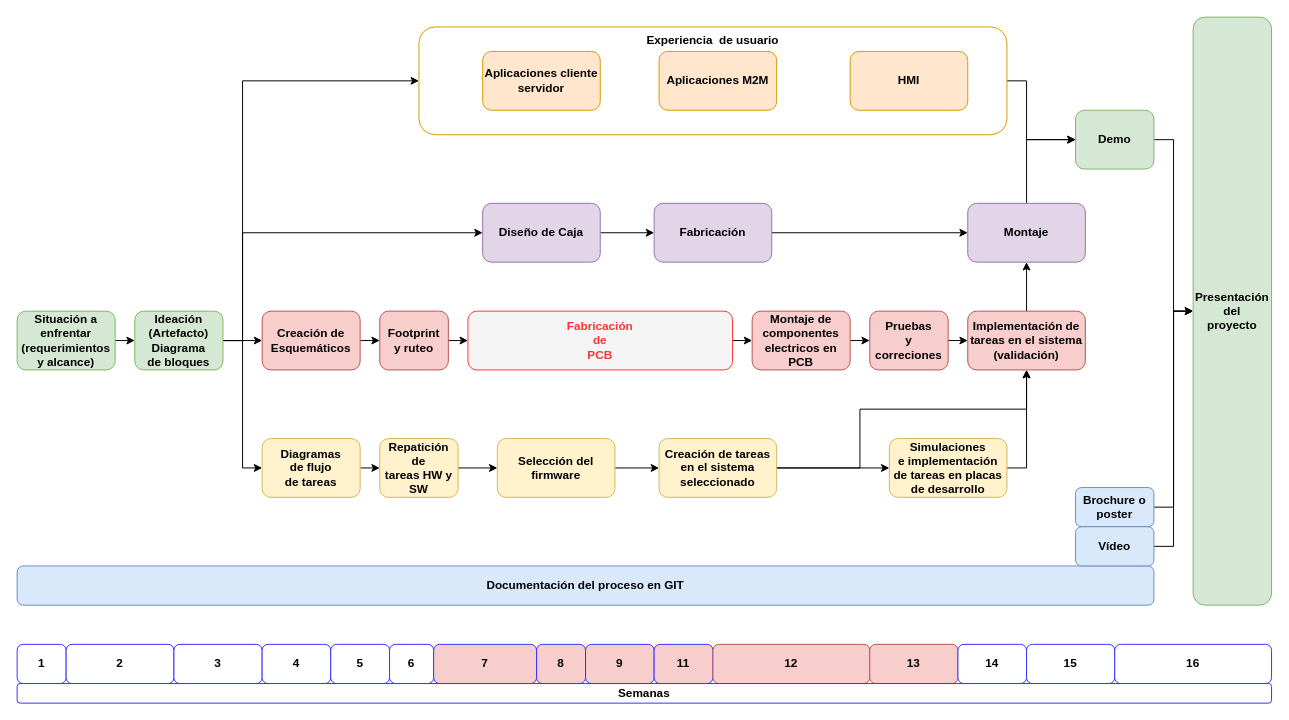
johnnycubides/taller-ing-electronical-UNAL keeps this draw.io diagram as page "overview" (1 of 2) of img/main/cronograma.drawio. Above is the earlier version. Source tidied: cells renumbered, new cells numbered last; positions are measured from the earlier drawing's top-left corner, leaving out a move shared by most shapes. Both pictures are drawn from the tidied source at 98%, with x=0, y=0 at pixel (17, 17).
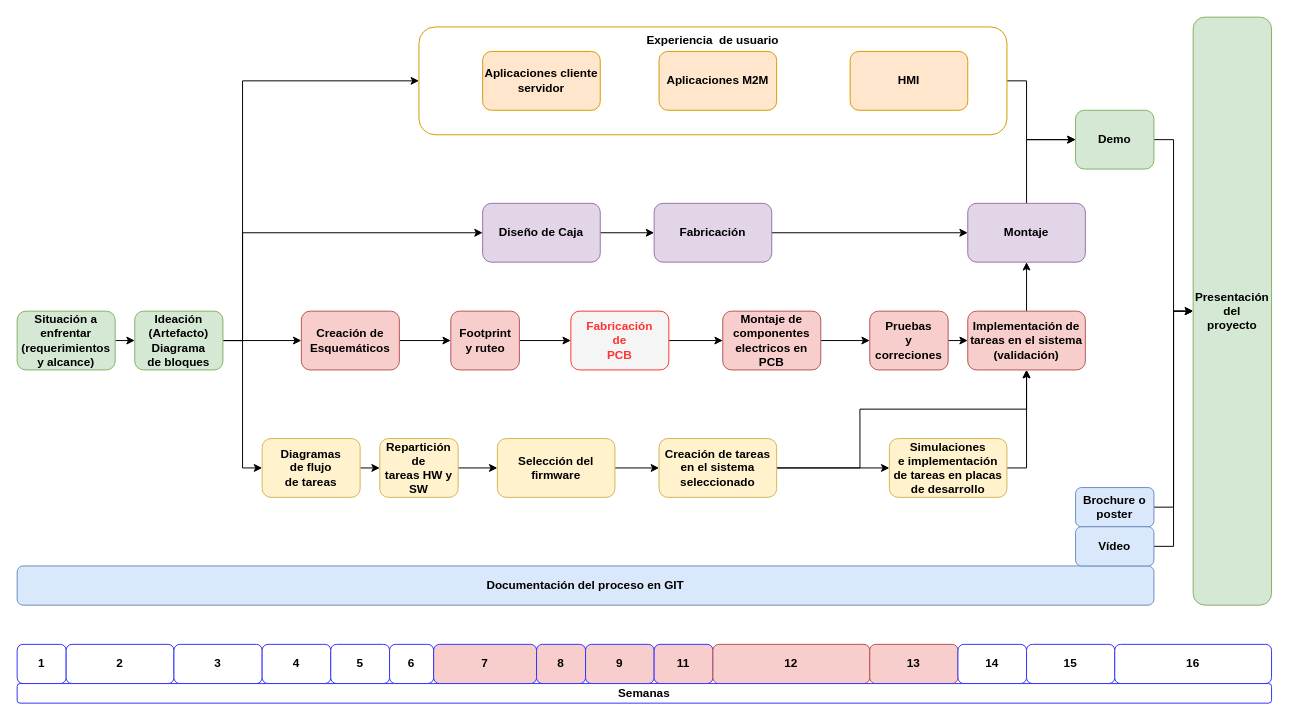
The same diagram, later.

Diff of the diagram source:
```diff
@@
     <mxCell id="5" value="Fabricación&lt;br style=&quot;font-size: 12px;&quot;&gt;de&lt;br style=&quot;font-size: 12px;&quot;&gt;PCB" style="rounded=1;whiteSpace=wrap;html=1;fillColor=#f5f5f5;strokeColor=#FF3333;fontColor=#FF3333;fontSize=12;fontStyle=1;" parent="1" vertex="1">
-      <mxGeometry x="460" y="300" width="270" height="60" as="geometry" />
+      <mxGeometry x="565" y="300" width="100" height="60" as="geometry" />
     </mxCell>
@@
     <mxCell id="7" value="Creación de&lt;br style=&quot;font-size: 12px;&quot;&gt;Esquemáticos" style="rounded=1;whiteSpace=wrap;html=1;fillColor=#f8cecc;strokeColor=#b85450;fontSize=12;fontStyle=1;" parent="1" vertex="1">
-      <mxGeometry x="250" y="300" width="100" height="60" as="geometry" />
+      <mxGeometry x="290" y="300" width="100" height="60" as="geometry" />
     </mxCell>
@@
     <mxCell id="9" value="Footprint&lt;br style=&quot;font-size: 12px;&quot;&gt;y ruteo" style="rounded=1;whiteSpace=wrap;html=1;fillColor=#f8cecc;strokeColor=#b85450;fontSize=12;fontStyle=1;" parent="1" vertex="1">
-      <mxGeometry x="370" y="300" width="70" height="60" as="geometry" />
+      <mxGeometry x="442.5" y="300" width="70" height="60" as="geometry" />
     </mxCell>
@@
     <mxCell id="24" value="Montaje de&lt;br style=&quot;font-size: 12px;&quot;&gt;componentes&lt;br style=&quot;font-size: 12px;&quot;&gt;electricos en PCB" style="rounded=1;whiteSpace=wrap;html=1;fillColor=#f8cecc;strokeColor=#b85450;fontSize=12;fontStyle=1;" parent="1" vertex="1">
-      <mxGeometry x="750" y="300" width="100" height="60" as="geometry" />
+      <mxGeometry x="720" y="300" width="100" height="60" as="geometry" />
     </mxCell>
@@
-    <mxCell id="31" value="&lt;span style=&quot;font-size: 12px;&quot;&gt;Repatición de&lt;/span&gt;&lt;br style=&quot;font-size: 12px;&quot;&gt;&lt;span style=&quot;font-size: 12px;&quot;&gt;tareas HW y SW&lt;/span&gt;" style="rounded=1;whiteSpace=wrap;html=1;fillColor=#fff2cc;strokeColor=#d6b656;fontSize=12;fontStyle=1;" parent="1" vertex="1">
+    <mxCell id="31" value="&lt;span style=&quot;font-size: 12px;&quot;&gt;Repartición de&lt;/span&gt;&lt;br style=&quot;font-size: 12px;&quot;&gt;&lt;span style=&quot;font-size: 12px;&quot;&gt;tareas HW y SW&lt;/span&gt;" style="rounded=1;whiteSpace=wrap;html=1;fillColor=#fff2cc;strokeColor=#d6b656;fontSize=12;fontStyle=1;" parent="1" vertex="1">
       <mxGeometry x="370" y="430" width="80" height="60" as="geometry" />
     </mxCell>
```
